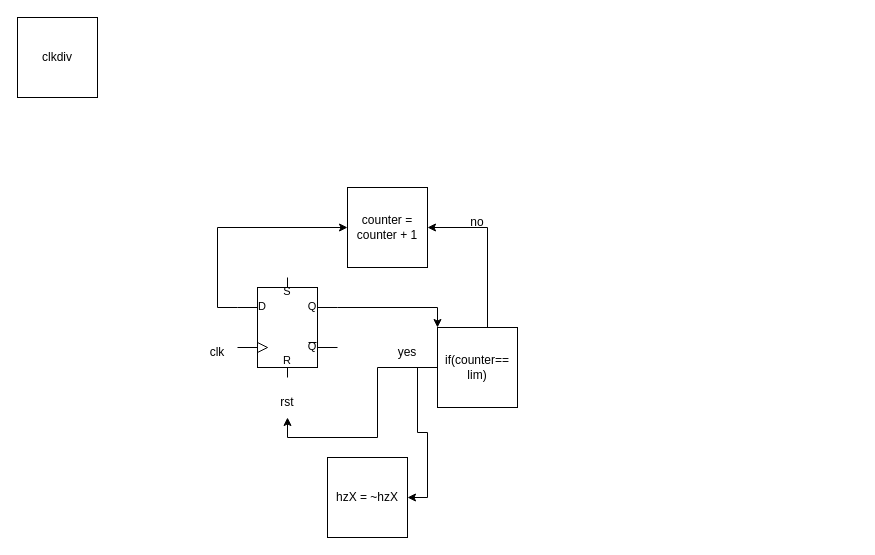
Above: clkdiv.drawio in LeoChen21/chenLeo (draw.io), before the change. Source tidied: cells renumbered, new cells numbered last; positions are measured from the earlier drawing's top-left corner, leaving out a move shared by most shapes. Both pictures are drawn from the tidied source at 100%, with x=0, y=0 at pixel (17, 17).
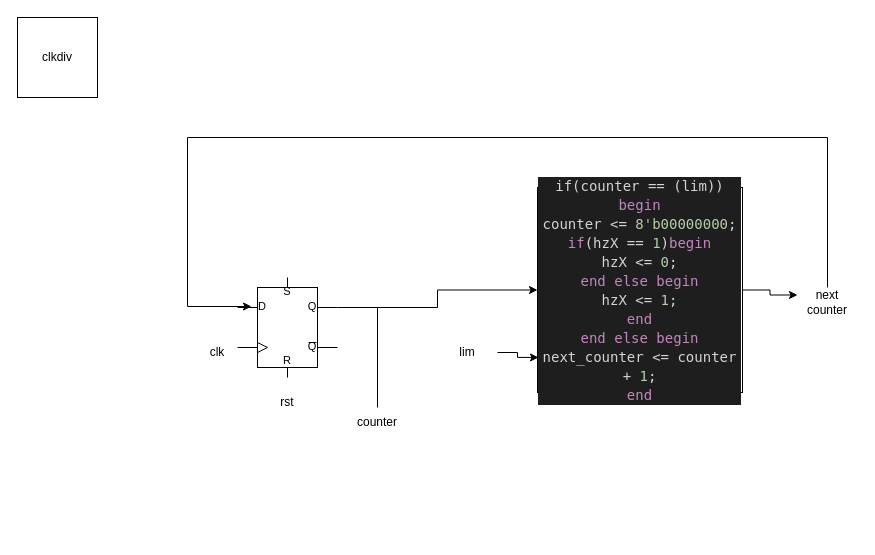
The same diagram, later.

What changed in the source:
```diff
@@
 <mxGraphModel>
   <root>
     <mxCell id="0" />
     <mxCell id="1" parent="0" />
     <mxCell id="2" value="&lt;div&gt;clkdiv&lt;/div&gt;" style="whiteSpace=wrap;html=1;" parent="1" vertex="1">
       <mxGeometry width="80" height="80" as="geometry" />
     </mxCell>
-    <mxCell id="3" style="edgeStyle=orthogonalEdgeStyle;rounded=0;jettySize=auto;html=1;exitX=1;exitY=0.3;exitDx=0;exitDy=0;exitPerimeter=0;entryX=0;entryY=0;entryDx=0;entryDy=0;" parent="1" edge="1" source="5" target="12">
+    <mxCell id="3" style="edgeStyle=orthogonalEdgeStyle;rounded=0;jettySize=auto;html=1;exitX=1;exitY=0.3;exitDx=0;exitDy=0;exitPerimeter=0;entryX=0;entryY=0.5;entryDx=0;entryDy=0;" parent="1" edge="1" source="5" target="12">
       <mxGeometry relative="1" as="geometry" />
     </mxCell>
-    <mxCell id="4" style="edgeStyle=orthogonalEdgeStyle;rounded=0;jettySize=auto;html=1;exitX=0;exitY=0.3;exitDx=0;exitDy=0;exitPerimeter=0;entryX=0;entryY=0.5;entryDx=0;entryDy=0;" parent="1" edge="1" source="5" target="8">
-      <mxGeometry relative="1" as="geometry" />
-    </mxCell>
     <mxCell id="5" style="verticalLabelPosition=bottom;shadow=0;dashed=0;align=center;html=1;verticalAlign=top;shape=mxgraph.electrical.logic_gates.d_type_rs_flip-flop;" parent="1" vertex="1">
       <mxGeometry x="220" y="260" width="100" height="100" as="geometry" />
     </mxCell>
     <mxCell id="6" value="rst" style="text;html=1;strokeColor=none;fillColor=none;align=center;verticalAlign=middle;whiteSpace=wrap;rounded=0;" parent="1" vertex="1">
       <mxGeometry x="240" y="370" width="60" height="30" as="geometry" />
     </mxCell>
     <mxCell id="7" value="&lt;div&gt;clk&lt;/div&gt;" style="text;html=1;strokeColor=none;fillColor=none;align=center;verticalAlign=middle;whiteSpace=wrap;rounded=0;" parent="1" vertex="1">
       <mxGeometry x="170" y="320" width="60" height="30" as="geometry" />
     </mxCell>
-    <mxCell id="8" value="counter = counter + 1" style="whiteSpace=wrap;html=1;" parent="1" vertex="1">
-      <mxGeometry x="330" y="170" width="80" height="80" as="geometry" />
-    </mxCell>
-    <mxCell id="9" style="edgeStyle=orthogonalEdgeStyle;rounded=0;jettySize=auto;html=1;entryX=0.5;entryY=1;entryDx=0;entryDy=0;" parent="1" edge="1" source="12" target="6">
-      <mxGeometry relative="1" as="geometry" />
-    </mxCell>
-    <mxCell id="10" style="edgeStyle=orthogonalEdgeStyle;rounded=0;jettySize=auto;html=1;entryX=1;entryY=0.5;entryDx=0;entryDy=0;" parent="1" edge="1" source="12" target="13">
-      <mxGeometry relative="1" as="geometry" />
-    </mxCell>
-    <mxCell id="11" style="edgeStyle=orthogonalEdgeStyle;rounded=0;jettySize=auto;html=1;entryX=1;entryY=0.5;entryDx=0;entryDy=0;" parent="1" edge="1" source="12" target="8">
-      <mxGeometry relative="1" as="geometry">
-        <Array as="points">
-          <mxPoint x="470" y="210" />
-        </Array>
-      </mxGeometry>
-    </mxCell>
+    <mxCell id="16" style="edgeStyle=orthogonalEdgeStyle;rounded=0;jettySize=auto;html=1;entryX=0;entryY=0.25;entryDx=0;entryDy=0;" parent="1" edge="1" source="12" target="20">
+      <mxGeometry relative="1" as="geometry" />
+    </mxCell>
-    <mxCell id="12" value="if(counter== lim)" style="whiteSpace=wrap;html=1;" parent="1" vertex="1">
-      <mxGeometry x="420" y="310" width="80" height="80" as="geometry" />
+    <mxCell id="12" value="&lt;div style=&quot;color: rgb(212, 212, 212); background-color: rgb(30, 30, 30); font-family: &amp;quot;Droid Sans Mono&amp;quot;, &amp;quot;monospace&amp;quot;, monospace; font-weight: normal; font-size: 14px; line-height: 19px;&quot;&gt;&lt;div&gt;if&lt;span style=&quot;color: #d4d4d4;&quot;&gt;(counter == (lim)) &lt;/span&gt;&lt;span style=&quot;color: #c586c0;&quot;&gt;begin&lt;/span&gt;&lt;/div&gt;&lt;div&gt;&lt;span style=&quot;color: #d4d4d4;&quot;&gt;      counter &amp;lt;= &lt;/span&gt;&lt;span style=&quot;color: #b5cea8;&quot;&gt;8'b00000000&lt;/span&gt;&lt;span style=&quot;color: #d4d4d4;&quot;&gt;;&lt;/span&gt;&lt;/div&gt;&lt;div&gt;&lt;span style=&quot;color: #d4d4d4;&quot;&gt;      &lt;/span&gt;&lt;span style=&quot;color: #c586c0;&quot;&gt;if&lt;/span&gt;&lt;span style=&quot;color: #d4d4d4;&quot;&gt;(hzX == &lt;/span&gt;&lt;span style=&quot;color: #b5cea8;&quot;&gt;1&lt;/span&gt;&lt;span style=&quot;color: #d4d4d4;&quot;&gt;)&lt;/span&gt;&lt;span style=&quot;color: #c586c0;&quot;&gt;begin&lt;/span&gt;&lt;/div&gt;&lt;div&gt;&lt;span style=&quot;color: #d4d4d4;&quot;&gt;        hzX &amp;lt;= &lt;/span&gt;&lt;span style=&quot;color: #b5cea8;&quot;&gt;0&lt;/span&gt;&lt;span style=&quot;color: #d4d4d4;&quot;&gt;;&lt;/span&gt;&lt;/div&gt;&lt;div&gt;&lt;span style=&quot;color: #d4d4d4;&quot;&gt;      &lt;/span&gt;&lt;span style=&quot;color: #c586c0;&quot;&gt;end&lt;/span&gt;&lt;span style=&quot;color: #d4d4d4;&quot;&gt; &lt;/span&gt;&lt;span style=&quot;color: #c586c0;&quot;&gt;else&lt;/span&gt;&lt;span style=&quot;color: #d4d4d4;&quot;&gt; &lt;/span&gt;&lt;span style=&quot;color: #c586c0;&quot;&gt;begin&lt;/span&gt;&lt;/div&gt;&lt;div&gt;&lt;span style=&quot;color: #d4d4d4;&quot;&gt;        hzX &amp;lt;= &lt;/span&gt;&lt;span style=&quot;color: #b5cea8;&quot;&gt;1&lt;/span&gt;&lt;span style=&quot;color: #d4d4d4;&quot;&gt;;&lt;/span&gt;&lt;/div&gt;&lt;div&gt;&lt;span style=&quot;color: #d4d4d4;&quot;&gt;      &lt;/span&gt;&lt;span style=&quot;color: #c586c0;&quot;&gt;end&lt;/span&gt;&lt;/div&gt;&lt;div&gt;&lt;span style=&quot;color: #d4d4d4;&quot;&gt;    &lt;/span&gt;&lt;span style=&quot;color: #c586c0;&quot;&gt;end&lt;/span&gt;&lt;span style=&quot;color: #d4d4d4;&quot;&gt; &lt;/span&gt;&lt;span style=&quot;color: #c586c0;&quot;&gt;else&lt;/span&gt;&lt;span style=&quot;color: #d4d4d4;&quot;&gt; &lt;/span&gt;&lt;span style=&quot;color: #c586c0;&quot;&gt;begin&lt;/span&gt;&lt;/div&gt;&lt;div&gt;&lt;span style=&quot;color: #d4d4d4;&quot;&gt;      next_counter &amp;lt;= counter + &lt;/span&gt;&lt;span style=&quot;color: #b5cea8;&quot;&gt;1&lt;/span&gt;&lt;span style=&quot;color: #d4d4d4;&quot;&gt;;&lt;/span&gt;&lt;/div&gt;&lt;div&gt;&lt;span style=&quot;color: #d4d4d4;&quot;&gt;    &lt;/span&gt;&lt;span style=&quot;color: #c586c0;&quot;&gt;end&lt;/span&gt;&lt;/div&gt;&lt;/div&gt;" style="whiteSpace=wrap;html=1;" parent="1" vertex="1">
+      <mxGeometry x="520" y="170" width="205" height="205" as="geometry" />
     </mxCell>
-    <mxCell id="13" value="hzX = ~hzX" style="whiteSpace=wrap;html=1;" parent="1" vertex="1">
-      <mxGeometry x="310" y="440" width="80" height="80" as="geometry" />
-    </mxCell>
-    <mxCell id="14" value="yes" style="text;html=1;strokeColor=none;fillColor=none;align=center;verticalAlign=middle;whiteSpace=wrap;rounded=0;" parent="1" vertex="1">
-      <mxGeometry x="360" y="320" width="60" height="30" as="geometry" />
-    </mxCell>
-    <mxCell id="15" value="no" style="text;html=1;strokeColor=none;fillColor=none;align=center;verticalAlign=middle;whiteSpace=wrap;rounded=0;" parent="1" vertex="1">
-      <mxGeometry x="430" y="190" width="60" height="30" as="geometry" />
-    </mxCell>
+    <mxCell id="17" style="endArrow=none;html=1;rounded=0;" parent="1" edge="1">
+      <mxGeometry relative="1" as="geometry">
+        <mxPoint x="360" y="390" as="sourcePoint" />
+        <mxPoint x="360" y="290" as="targetPoint" />
+      </mxGeometry>
+    </mxCell>
+    <mxCell id="18" value="counter" style="text;html=1;strokeColor=none;fillColor=none;align=center;verticalAlign=middle;whiteSpace=wrap;rounded=0;" parent="1" vertex="1">
+      <mxGeometry x="330" y="390" width="60" height="30" as="geometry" />
+    </mxCell>
+    <mxCell id="19" style="edgeStyle=orthogonalEdgeStyle;rounded=0;jettySize=auto;html=1;entryX=0.14;entryY=0.29;entryDx=0;entryDy=0;entryPerimeter=0;" parent="1" edge="1" source="20" target="5">
+      <mxGeometry relative="1" as="geometry">
+        <Array as="points">
+          <mxPoint x="810" y="120" />
+          <mxPoint x="170" y="120" />
+          <mxPoint x="170" y="289" />
+        </Array>
+      </mxGeometry>
+    </mxCell>
+    <mxCell id="20" value="next counter" style="text;html=1;strokeColor=none;fillColor=none;align=center;verticalAlign=middle;whiteSpace=wrap;rounded=0;" parent="1" vertex="1">
+      <mxGeometry x="780" y="270" width="60" height="30" as="geometry" />
+    </mxCell>
+    <mxCell id="21" style="edgeStyle=orthogonalEdgeStyle;rounded=0;jettySize=auto;html=1;entryX=0.005;entryY=0.829;entryDx=0;entryDy=0;entryPerimeter=0;" parent="1" edge="1" source="22" target="12">
+      <mxGeometry relative="1" as="geometry" />
+    </mxCell>
+    <mxCell id="22" value="lim" style="text;html=1;strokeColor=none;fillColor=none;align=center;verticalAlign=middle;whiteSpace=wrap;rounded=0;" parent="1" vertex="1">
+      <mxGeometry x="420" y="320" width="60" height="30" as="geometry" />
+    </mxCell>
   </root>
 </mxGraphModel>
```
